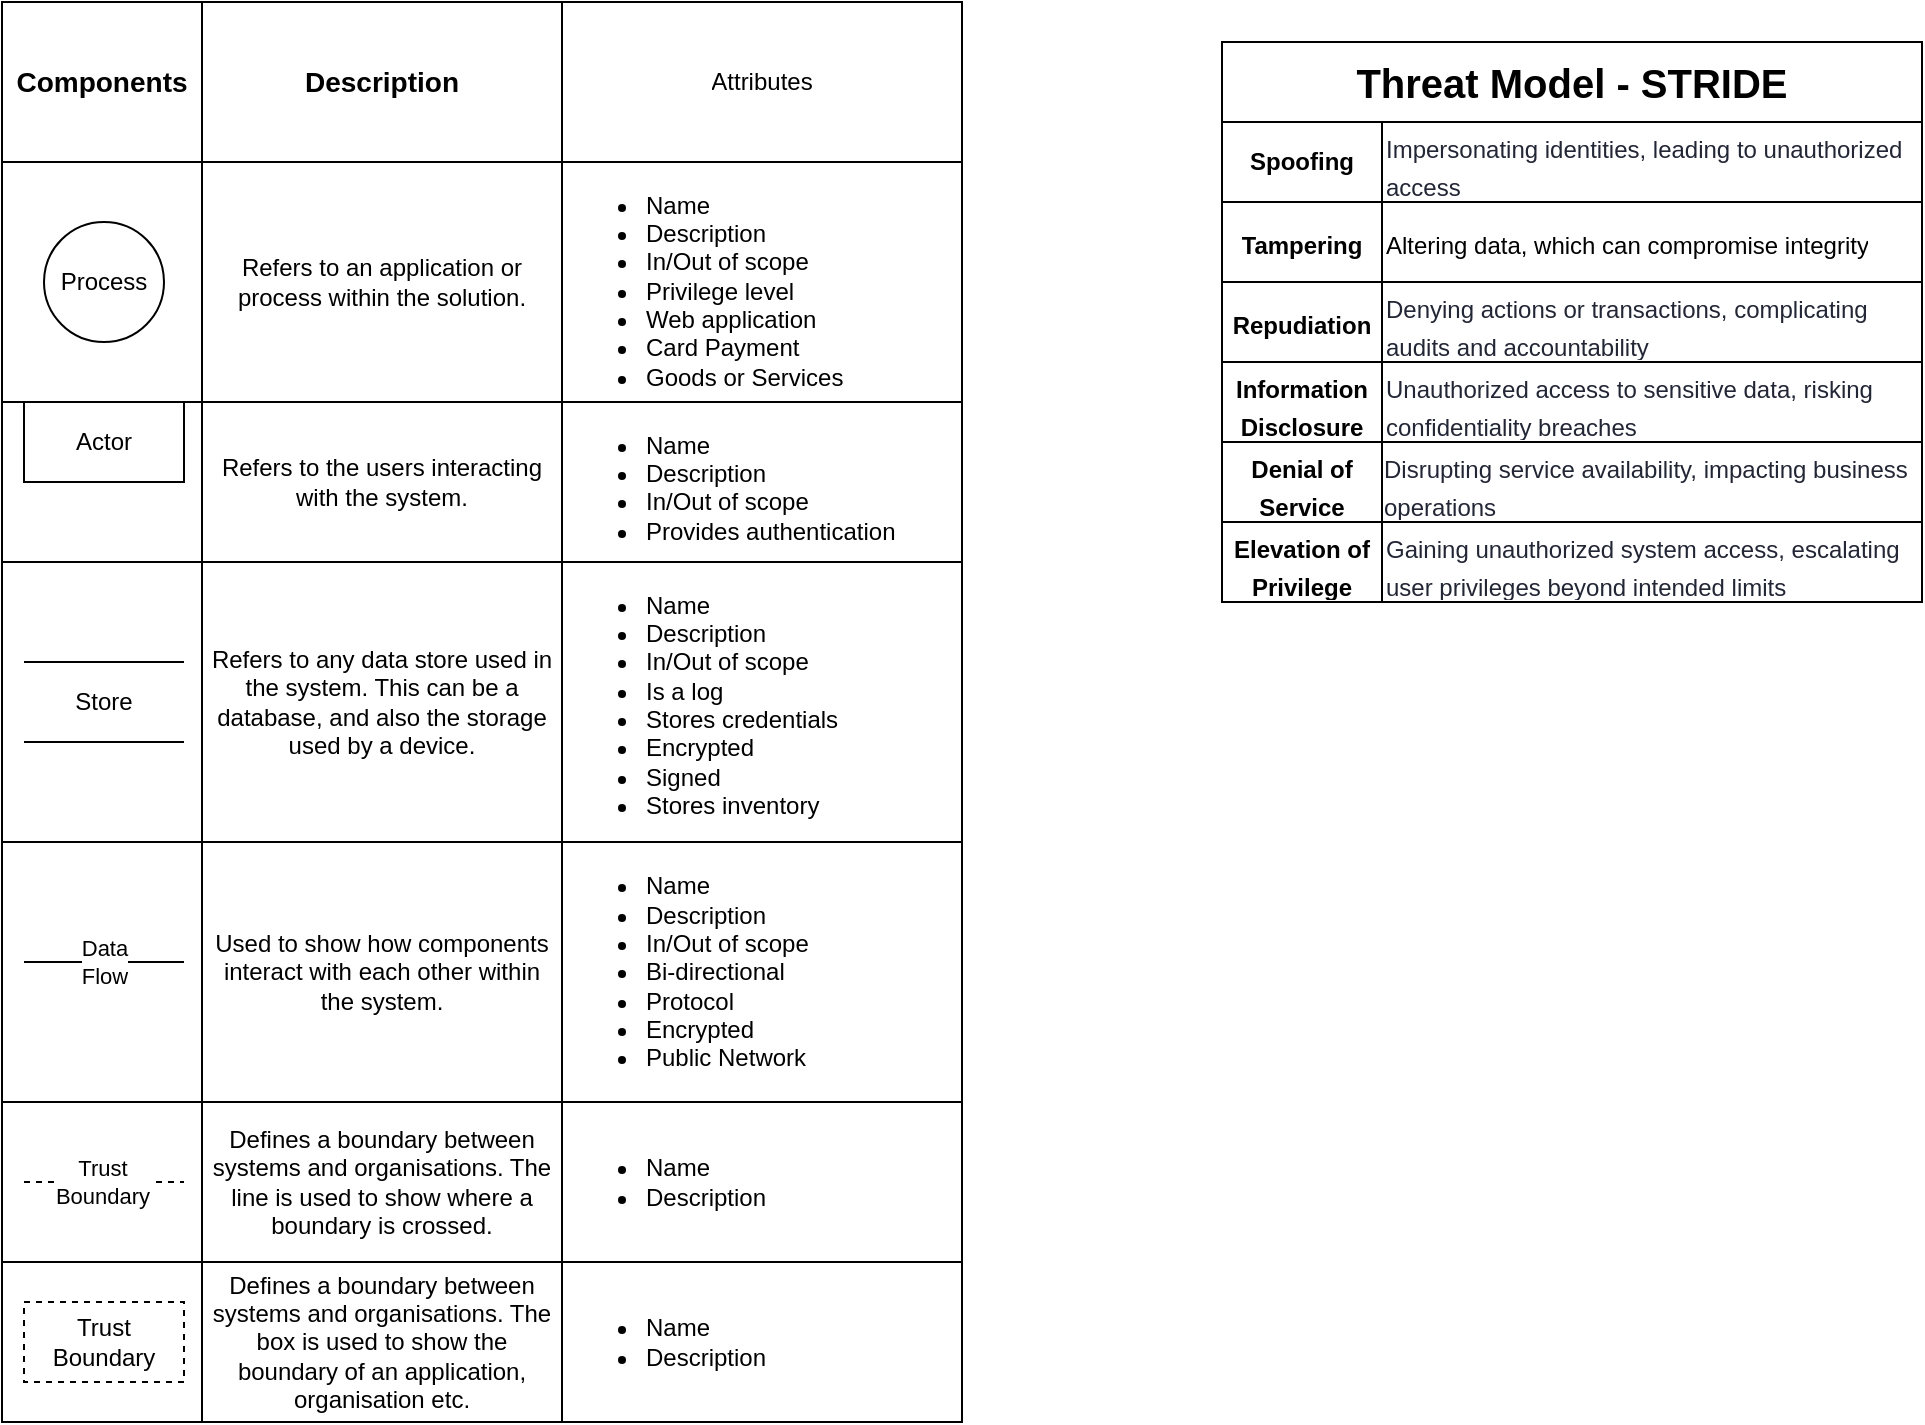
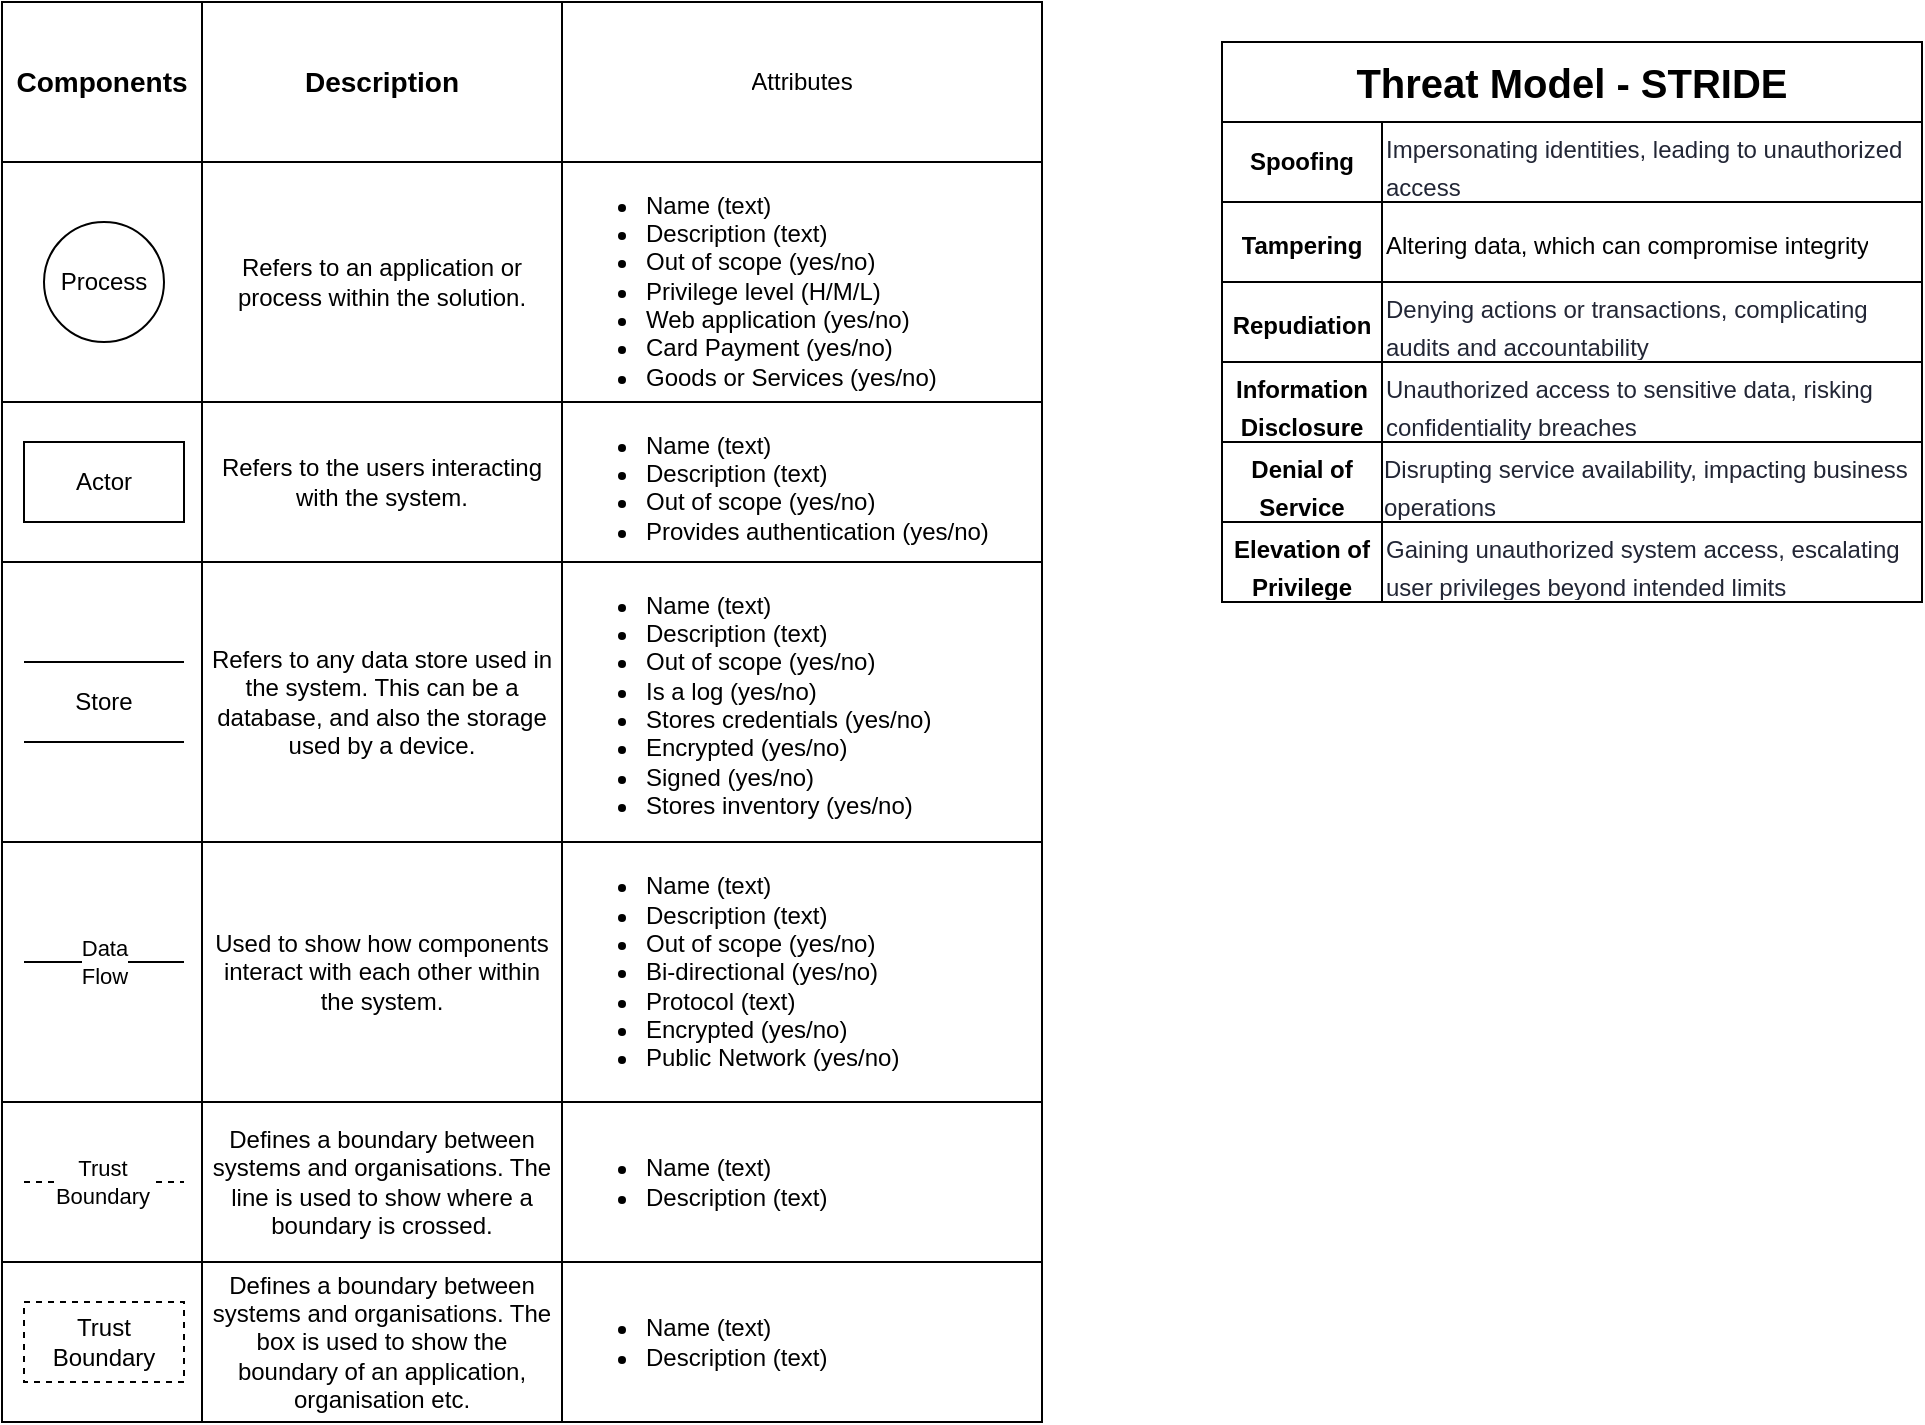
<mxfile host="app.diagrams.net">
  <diagram name="Page-1" id="LUfYaMOZ5GPox6UbmhKn">
    <mxGraphModel dx="1003" dy="679" grid="1" gridSize="10" guides="1" tooltips="1" connect="1" arrows="1" fold="1" page="1" pageScale="1" pageWidth="1169" pageHeight="827" math="0" shadow="0">
      <root>
        <mxCell id="0" />
        <mxCell id="1" parent="0" />
        <mxCell id="i9MEZxg4KkeJskCu2APN-4" parent="1" style="shape=table;startSize=0;container=1;collapsible=0;childLayout=tableLayout;fixedHeader=1;align=left;verticalAlign=top;" value="" vertex="1">
-           <mxGeometry height="710" width="480" x="40" y="20" as="geometry" />
+           <mxGeometry height="710" width="520" x="40" y="20" as="geometry" />
        </mxCell>
        <mxCell id="EMhIjtj1n61WMu614l9y-35" parent="i9MEZxg4KkeJskCu2APN-4" style="shape=tableRow;horizontal=0;startSize=0;swimlaneHead=0;swimlaneBody=0;strokeColor=inherit;top=0;left=0;bottom=0;right=0;collapsible=0;dropTarget=0;fillColor=none;points=[[0,0.5],[1,0.5]];portConstraint=eastwest;fixedHeader=1;" vertex="1">
-           <mxGeometry height="80" width="480" as="geometry" />
+           <mxGeometry height="80" width="520" as="geometry" />
        </mxCell>
        <mxCell id="EMhIjtj1n61WMu614l9y-36" parent="EMhIjtj1n61WMu614l9y-35" style="shape=partialRectangle;html=1;whiteSpace=wrap;connectable=0;strokeColor=inherit;overflow=hidden;fillColor=none;top=0;left=0;bottom=0;right=0;pointerEvents=1;" value="&lt;b&gt;&lt;font style=&quot;font-size: 14px;&quot;&gt;Components&lt;/font&gt;&lt;/b&gt;" vertex="1">
          <mxGeometry height="80" width="100" as="geometry">
            <mxRectangle height="80" width="100" as="alternateBounds" />
          </mxGeometry>
        </mxCell>
        <mxCell id="EMhIjtj1n61WMu614l9y-37" parent="EMhIjtj1n61WMu614l9y-35" style="shape=partialRectangle;html=1;whiteSpace=wrap;connectable=0;strokeColor=inherit;overflow=hidden;fillColor=none;top=0;left=0;bottom=0;right=0;pointerEvents=1;" value="&lt;font style=&quot;font-size: 14px;&quot;&gt;&lt;b&gt;Description&lt;/b&gt;&lt;/font&gt;" vertex="1">
          <mxGeometry height="80" width="180" x="100" as="geometry">
            <mxRectangle height="80" width="180" as="alternateBounds" />
          </mxGeometry>
        </mxCell>
        <mxCell id="EMhIjtj1n61WMu614l9y-38" parent="EMhIjtj1n61WMu614l9y-35" style="shape=partialRectangle;html=1;whiteSpace=wrap;connectable=0;strokeColor=inherit;overflow=hidden;fillColor=none;top=0;left=0;bottom=0;right=0;pointerEvents=1;" value="Attributes" vertex="1">
-           <mxGeometry height="80" width="200" x="280" as="geometry">
-             <mxRectangle height="80" width="200" as="alternateBounds" />
+           <mxGeometry height="80" width="240" x="280" as="geometry">
+             <mxRectangle height="80" width="240" as="alternateBounds" />
          </mxGeometry>
        </mxCell>
        <mxCell id="EMhIjtj1n61WMu614l9y-27" parent="i9MEZxg4KkeJskCu2APN-4" style="shape=tableRow;horizontal=0;startSize=0;swimlaneHead=0;swimlaneBody=0;strokeColor=inherit;top=0;left=0;bottom=0;right=0;collapsible=0;dropTarget=0;fillColor=none;points=[[0,0.5],[1,0.5]];portConstraint=eastwest;fixedHeader=1;" value="" vertex="1">
-           <mxGeometry height="120" width="480" y="80" as="geometry" />
+           <mxGeometry height="120" width="520" y="80" as="geometry" />
        </mxCell>
        <mxCell id="EMhIjtj1n61WMu614l9y-28" parent="EMhIjtj1n61WMu614l9y-27" style="shape=partialRectangle;html=1;whiteSpace=wrap;connectable=0;strokeColor=inherit;overflow=hidden;fillColor=none;top=0;left=0;bottom=0;right=0;pointerEvents=1;" value="" vertex="1">
          <mxGeometry height="120" width="100" as="geometry">
            <mxRectangle height="120" width="100" as="alternateBounds" />
          </mxGeometry>
        </mxCell>
        <mxCell id="EMhIjtj1n61WMu614l9y-29" parent="EMhIjtj1n61WMu614l9y-27" style="shape=partialRectangle;html=1;whiteSpace=wrap;connectable=0;strokeColor=inherit;overflow=hidden;fillColor=none;top=0;left=0;bottom=0;right=0;pointerEvents=1;" value="Refers to an application or process within the solution." vertex="1">
          <mxGeometry height="120" width="180" x="100" as="geometry">
            <mxRectangle height="120" width="180" as="alternateBounds" />
          </mxGeometry>
        </mxCell>
-         <mxCell id="EMhIjtj1n61WMu614l9y-30" parent="EMhIjtj1n61WMu614l9y-27" style="shape=partialRectangle;html=1;whiteSpace=wrap;connectable=0;strokeColor=inherit;overflow=hidden;fillColor=none;top=0;left=0;bottom=0;right=0;pointerEvents=1;align=left;verticalAlign=middle;" value="&lt;ul&gt;&lt;li&gt;&lt;font style=&quot;font-size: 12px;&quot;&gt;Name&lt;br&gt;&lt;/font&gt;&lt;/li&gt;&lt;li&gt;&lt;font style=&quot;font-size: 12px;&quot;&gt;Description&lt;br&gt;&lt;/font&gt;&lt;/li&gt;&lt;li&gt;&lt;font style=&quot;font-size: 12px;&quot;&gt;In/Out of scope&lt;br&gt;&lt;/font&gt;&lt;/li&gt;&lt;li&gt;&lt;font style=&quot;font-size: 12px;&quot;&gt;Privilege level&lt;br&gt;&lt;/font&gt;&lt;/li&gt;&lt;li&gt;&lt;font style=&quot;font-size: 12px;&quot;&gt;Web application&lt;br&gt;&lt;/font&gt;&lt;/li&gt;&lt;li&gt;&lt;font style=&quot;font-size: 12px;&quot;&gt;Card Payment&lt;br&gt;&lt;/font&gt;&lt;/li&gt;&lt;li&gt;&lt;font style=&quot;font-size: 12px;&quot;&gt;Goods or Services&lt;/font&gt;&lt;br&gt;&lt;/li&gt;&lt;/ul&gt;" vertex="1">
-           <mxGeometry height="120" width="200" x="280" as="geometry">
-             <mxRectangle height="120" width="200" as="alternateBounds" />
+         <mxCell id="EMhIjtj1n61WMu614l9y-30" parent="EMhIjtj1n61WMu614l9y-27" style="shape=partialRectangle;html=1;whiteSpace=wrap;connectable=0;strokeColor=inherit;overflow=hidden;fillColor=none;top=0;left=0;bottom=0;right=0;pointerEvents=1;align=left;verticalAlign=middle;" value="&lt;ul&gt;&lt;li&gt;&lt;font style=&quot;font-size: 12px;&quot;&gt;Name (text)&lt;br&gt;&lt;/font&gt;&lt;/li&gt;&lt;li&gt;&lt;font style=&quot;font-size: 12px;&quot;&gt;Description&amp;nbsp;(text)&lt;br&gt;&lt;/font&gt;&lt;/li&gt;&lt;li&gt;&lt;font style=&quot;font-size: 12px;&quot;&gt;Out of scope (yes/no)&lt;br&gt;&lt;/font&gt;&lt;/li&gt;&lt;li&gt;&lt;font style=&quot;font-size: 12px;&quot;&gt;Privilege level (H/M/L)&lt;br&gt;&lt;/font&gt;&lt;/li&gt;&lt;li&gt;&lt;font style=&quot;font-size: 12px;&quot;&gt;Web application (yes/no)&lt;br&gt;&lt;/font&gt;&lt;/li&gt;&lt;li&gt;&lt;font style=&quot;font-size: 12px;&quot;&gt;Card Payment (yes/no)&lt;br&gt;&lt;/font&gt;&lt;/li&gt;&lt;li&gt;&lt;font style=&quot;font-size: 12px;&quot;&gt;Goods or Services (yes/no)&lt;/font&gt;&lt;br&gt;&lt;/li&gt;&lt;/ul&gt;" vertex="1">
+           <mxGeometry height="120" width="240" x="280" as="geometry">
+             <mxRectangle height="120" width="240" as="alternateBounds" />
          </mxGeometry>
        </mxCell>
        <mxCell id="i9MEZxg4KkeJskCu2APN-5" parent="i9MEZxg4KkeJskCu2APN-4" style="shape=tableRow;horizontal=0;startSize=0;swimlaneHead=0;swimlaneBody=0;strokeColor=inherit;top=0;left=0;bottom=0;right=0;collapsible=0;dropTarget=0;fillColor=none;points=[[0,0.5],[1,0.5]];portConstraint=eastwest;fixedHeader=1;" value="" vertex="1">
-           <mxGeometry height="80" width="480" y="200" as="geometry" />
+           <mxGeometry height="80" width="520" y="200" as="geometry" />
        </mxCell>
        <mxCell id="i9MEZxg4KkeJskCu2APN-6" parent="i9MEZxg4KkeJskCu2APN-5" style="shape=partialRectangle;html=1;whiteSpace=wrap;connectable=0;strokeColor=inherit;overflow=hidden;fillColor=none;top=0;left=0;bottom=0;right=0;pointerEvents=1;" value="" vertex="1">
          <mxGeometry height="80" width="100" as="geometry">
            <mxRectangle height="80" width="100" as="alternateBounds" />
          </mxGeometry>
        </mxCell>
        <mxCell id="i9MEZxg4KkeJskCu2APN-7" parent="i9MEZxg4KkeJskCu2APN-5" style="shape=partialRectangle;html=1;whiteSpace=wrap;connectable=0;strokeColor=inherit;overflow=hidden;fillColor=none;top=0;left=0;bottom=0;right=0;pointerEvents=1;" value="Refers to the users interacting with the system." vertex="1">
          <mxGeometry height="80" width="180" x="100" as="geometry">
            <mxRectangle height="80" width="180" as="alternateBounds" />
          </mxGeometry>
        </mxCell>
-         <mxCell id="EMhIjtj1n61WMu614l9y-5" parent="i9MEZxg4KkeJskCu2APN-5" style="shape=partialRectangle;html=1;whiteSpace=wrap;connectable=0;strokeColor=inherit;overflow=hidden;fillColor=none;top=0;left=0;bottom=0;right=0;pointerEvents=1;align=left;" value="&lt;ul&gt;&lt;li&gt;Name&lt;br&gt;&lt;/li&gt;&lt;li&gt;Description&lt;/li&gt;&lt;li&gt;In/Out of scope&lt;/li&gt;&lt;li&gt;Provides authentication&lt;/li&gt;&lt;/ul&gt;" vertex="1">
-           <mxGeometry height="80" width="200" x="280" as="geometry">
-             <mxRectangle height="80" width="200" as="alternateBounds" />
+         <mxCell id="EMhIjtj1n61WMu614l9y-5" parent="i9MEZxg4KkeJskCu2APN-5" style="shape=partialRectangle;html=1;whiteSpace=wrap;connectable=0;strokeColor=inherit;overflow=hidden;fillColor=none;top=0;left=0;bottom=0;right=0;pointerEvents=1;align=left;" value="&lt;ul&gt;&lt;li&gt;Name&amp;nbsp;(text)&lt;br&gt;&lt;/li&gt;&lt;li&gt;Description&amp;nbsp;(text)&lt;/li&gt;&lt;li&gt;Out of scope (yes/no)&lt;/li&gt;&lt;li&gt;Provides authentication (yes/no)&lt;/li&gt;&lt;/ul&gt;" vertex="1">
+           <mxGeometry height="80" width="240" x="280" as="geometry">
+             <mxRectangle height="80" width="240" as="alternateBounds" />
          </mxGeometry>
        </mxCell>
        <mxCell id="i9MEZxg4KkeJskCu2APN-8" parent="i9MEZxg4KkeJskCu2APN-4" style="shape=tableRow;horizontal=0;startSize=0;swimlaneHead=0;swimlaneBody=0;strokeColor=inherit;top=0;left=0;bottom=0;right=0;collapsible=0;dropTarget=0;fillColor=none;points=[[0,0.5],[1,0.5]];portConstraint=eastwest;fixedHeader=1;" value="" vertex="1">
-           <mxGeometry height="140" width="480" y="280" as="geometry" />
+           <mxGeometry height="140" width="520" y="280" as="geometry" />
        </mxCell>
        <mxCell id="i9MEZxg4KkeJskCu2APN-9" parent="i9MEZxg4KkeJskCu2APN-8" style="shape=partialRectangle;html=1;whiteSpace=wrap;connectable=0;strokeColor=inherit;overflow=hidden;fillColor=none;top=0;left=0;bottom=0;right=0;pointerEvents=1;" value="" vertex="1">
          <mxGeometry height="140" width="100" as="geometry">
            <mxRectangle height="140" width="100" as="alternateBounds" />
          </mxGeometry>
        </mxCell>
        <mxCell id="i9MEZxg4KkeJskCu2APN-10" parent="i9MEZxg4KkeJskCu2APN-8" style="shape=partialRectangle;html=1;whiteSpace=wrap;connectable=0;strokeColor=inherit;overflow=hidden;fillColor=none;top=0;left=0;bottom=0;right=0;pointerEvents=1;" value="Refers to any data store used in the system. This can be a database, and also the storage used by a device." vertex="1">
          <mxGeometry height="140" width="180" x="100" as="geometry">
            <mxRectangle height="140" width="180" as="alternateBounds" />
          </mxGeometry>
        </mxCell>
-         <mxCell id="EMhIjtj1n61WMu614l9y-6" parent="i9MEZxg4KkeJskCu2APN-8" style="shape=partialRectangle;html=1;whiteSpace=wrap;connectable=0;strokeColor=inherit;overflow=hidden;fillColor=none;top=0;left=0;bottom=0;right=0;pointerEvents=1;align=left;" value="&lt;ul&gt;&lt;li&gt;Name&lt;/li&gt;&lt;li&gt;Description&lt;/li&gt;&lt;li&gt;In/Out of scope&lt;/li&gt;&lt;li&gt;Is a log&lt;/li&gt;&lt;li&gt;Stores credentials&lt;/li&gt;&lt;li&gt;Encrypted&lt;/li&gt;&lt;li&gt;Signed&lt;/li&gt;&lt;li&gt;Stores inventory&lt;/li&gt;&lt;/ul&gt;" vertex="1">
-           <mxGeometry height="140" width="200" x="280" as="geometry">
-             <mxRectangle height="140" width="200" as="alternateBounds" />
+         <mxCell id="EMhIjtj1n61WMu614l9y-6" parent="i9MEZxg4KkeJskCu2APN-8" style="shape=partialRectangle;html=1;whiteSpace=wrap;connectable=0;strokeColor=inherit;overflow=hidden;fillColor=none;top=0;left=0;bottom=0;right=0;pointerEvents=1;align=left;" value="&lt;ul&gt;&lt;li&gt;Name&amp;nbsp;(text)&lt;/li&gt;&lt;li&gt;Description&amp;nbsp;(text)&lt;/li&gt;&lt;li&gt;Out of scope (yes/no)&lt;/li&gt;&lt;li&gt;Is a log&amp;nbsp;(yes/no)&lt;/li&gt;&lt;li&gt;Stores credentials&amp;nbsp;(yes/no)&lt;/li&gt;&lt;li&gt;Encrypted&amp;nbsp;(yes/no)&lt;/li&gt;&lt;li&gt;Signed&amp;nbsp;(yes/no)&lt;/li&gt;&lt;li&gt;Stores inventory&amp;nbsp;(yes/no)&lt;/li&gt;&lt;/ul&gt;" vertex="1">
+           <mxGeometry height="140" width="240" x="280" as="geometry">
+             <mxRectangle height="140" width="240" as="alternateBounds" />
          </mxGeometry>
        </mxCell>
        <mxCell id="i9MEZxg4KkeJskCu2APN-11" parent="i9MEZxg4KkeJskCu2APN-4" style="shape=tableRow;horizontal=0;startSize=0;swimlaneHead=0;swimlaneBody=0;strokeColor=inherit;top=0;left=0;bottom=0;right=0;collapsible=0;dropTarget=0;fillColor=none;points=[[0,0.5],[1,0.5]];portConstraint=eastwest;fixedHeader=1;" value="" vertex="1">
-           <mxGeometry height="130" width="480" y="420" as="geometry" />
+           <mxGeometry height="130" width="520" y="420" as="geometry" />
        </mxCell>
        <mxCell id="i9MEZxg4KkeJskCu2APN-12" parent="i9MEZxg4KkeJskCu2APN-11" style="shape=partialRectangle;html=1;whiteSpace=wrap;connectable=0;strokeColor=inherit;overflow=hidden;fillColor=none;top=0;left=0;bottom=0;right=0;pointerEvents=1;" value="" vertex="1">
          <mxGeometry height="130" width="100" as="geometry">
            <mxRectangle height="130" width="100" as="alternateBounds" />
          </mxGeometry>
        </mxCell>
        <mxCell id="i9MEZxg4KkeJskCu2APN-13" parent="i9MEZxg4KkeJskCu2APN-11" style="shape=partialRectangle;html=1;whiteSpace=wrap;connectable=0;strokeColor=inherit;overflow=hidden;fillColor=none;top=0;left=0;bottom=0;right=0;pointerEvents=1;" value="Used to show how components interact with each other within the system." vertex="1">
          <mxGeometry height="130" width="180" x="100" as="geometry">
            <mxRectangle height="130" width="180" as="alternateBounds" />
          </mxGeometry>
        </mxCell>
-         <mxCell id="EMhIjtj1n61WMu614l9y-7" parent="i9MEZxg4KkeJskCu2APN-11" style="shape=partialRectangle;html=1;whiteSpace=wrap;connectable=0;strokeColor=inherit;overflow=hidden;fillColor=none;top=0;left=0;bottom=0;right=0;pointerEvents=1;align=left;" value="&lt;ul&gt;&lt;li&gt;Name&lt;/li&gt;&lt;li&gt;Description&lt;/li&gt;&lt;li&gt;In/Out of scope&lt;/li&gt;&lt;li&gt;Bi-directional&lt;/li&gt;&lt;li&gt;Protocol&lt;/li&gt;&lt;li&gt;Encrypted&lt;/li&gt;&lt;li&gt;Public Network&lt;/li&gt;&lt;/ul&gt;" vertex="1">
-           <mxGeometry height="130" width="200" x="280" as="geometry">
-             <mxRectangle height="130" width="200" as="alternateBounds" />
+         <mxCell id="EMhIjtj1n61WMu614l9y-7" parent="i9MEZxg4KkeJskCu2APN-11" style="shape=partialRectangle;html=1;whiteSpace=wrap;connectable=0;strokeColor=inherit;overflow=hidden;fillColor=none;top=0;left=0;bottom=0;right=0;pointerEvents=1;align=left;" value="&lt;ul&gt;&lt;li&gt;Name&amp;nbsp;(text)&lt;/li&gt;&lt;li&gt;Description&amp;nbsp;(text)&lt;/li&gt;&lt;li&gt;Out of scope&amp;nbsp;(yes/no)&lt;/li&gt;&lt;li&gt;Bi-directional&amp;nbsp;(yes/no)&lt;/li&gt;&lt;li&gt;Protocol&amp;nbsp;(text)&lt;/li&gt;&lt;li&gt;Encrypted&amp;nbsp;(yes/no)&lt;/li&gt;&lt;li&gt;Public Network&amp;nbsp;(yes/no)&lt;/li&gt;&lt;/ul&gt;" vertex="1">
+           <mxGeometry height="130" width="240" x="280" as="geometry">
+             <mxRectangle height="130" width="240" as="alternateBounds" />
          </mxGeometry>
        </mxCell>
        <mxCell id="i9MEZxg4KkeJskCu2APN-14" parent="i9MEZxg4KkeJskCu2APN-4" style="shape=tableRow;horizontal=0;startSize=0;swimlaneHead=0;swimlaneBody=0;strokeColor=inherit;top=0;left=0;bottom=0;right=0;collapsible=0;dropTarget=0;fillColor=none;points=[[0,0.5],[1,0.5]];portConstraint=eastwest;fixedHeader=1;" value="" vertex="1">
-           <mxGeometry height="80" width="480" y="550" as="geometry" />
+           <mxGeometry height="80" width="520" y="550" as="geometry" />
        </mxCell>
        <mxCell id="i9MEZxg4KkeJskCu2APN-15" parent="i9MEZxg4KkeJskCu2APN-14" style="shape=partialRectangle;html=1;whiteSpace=wrap;connectable=0;strokeColor=inherit;overflow=hidden;fillColor=none;top=0;left=0;bottom=0;right=0;pointerEvents=1;" value="" vertex="1">
          <mxGeometry height="80" width="100" as="geometry">
            <mxRectangle height="80" width="100" as="alternateBounds" />
          </mxGeometry>
        </mxCell>
        <mxCell id="i9MEZxg4KkeJskCu2APN-16" parent="i9MEZxg4KkeJskCu2APN-14" style="shape=partialRectangle;html=1;whiteSpace=wrap;connectable=0;strokeColor=inherit;overflow=hidden;fillColor=none;top=0;left=0;bottom=0;right=0;pointerEvents=1;" value="Defines a boundary between systems and organisations. The line is used to show where a boundary is crossed." vertex="1">
          <mxGeometry height="80" width="180" x="100" as="geometry">
            <mxRectangle height="80" width="180" as="alternateBounds" />
          </mxGeometry>
        </mxCell>
-         <mxCell id="EMhIjtj1n61WMu614l9y-8" parent="i9MEZxg4KkeJskCu2APN-14" style="shape=partialRectangle;html=1;whiteSpace=wrap;connectable=0;strokeColor=inherit;overflow=hidden;fillColor=none;top=0;left=0;bottom=0;right=0;pointerEvents=1;align=left;" value="&lt;ul&gt;&lt;li&gt;Name&lt;br&gt;&lt;/li&gt;&lt;li&gt;Description&lt;br&gt;&lt;/li&gt;&lt;/ul&gt;" vertex="1">
-           <mxGeometry height="80" width="200" x="280" as="geometry">
-             <mxRectangle height="80" width="200" as="alternateBounds" />
+         <mxCell id="EMhIjtj1n61WMu614l9y-8" parent="i9MEZxg4KkeJskCu2APN-14" style="shape=partialRectangle;html=1;whiteSpace=wrap;connectable=0;strokeColor=inherit;overflow=hidden;fillColor=none;top=0;left=0;bottom=0;right=0;pointerEvents=1;align=left;" value="&lt;ul&gt;&lt;li&gt;Name&amp;nbsp;(text)&lt;br&gt;&lt;/li&gt;&lt;li&gt;Description&amp;nbsp;(text)&lt;br&gt;&lt;/li&gt;&lt;/ul&gt;" vertex="1">
+           <mxGeometry height="80" width="240" x="280" as="geometry">
+             <mxRectangle height="80" width="240" as="alternateBounds" />
          </mxGeometry>
        </mxCell>
        <mxCell id="i9MEZxg4KkeJskCu2APN-17" parent="i9MEZxg4KkeJskCu2APN-4" style="shape=tableRow;horizontal=0;startSize=0;swimlaneHead=0;swimlaneBody=0;strokeColor=inherit;top=0;left=0;bottom=0;right=0;collapsible=0;dropTarget=0;fillColor=none;points=[[0,0.5],[1,0.5]];portConstraint=eastwest;fixedHeader=1;" value="" vertex="1">
-           <mxGeometry height="80" width="480" y="630" as="geometry" />
+           <mxGeometry height="80" width="520" y="630" as="geometry" />
        </mxCell>
        <mxCell id="i9MEZxg4KkeJskCu2APN-18" parent="i9MEZxg4KkeJskCu2APN-17" style="shape=partialRectangle;html=1;whiteSpace=wrap;connectable=0;strokeColor=inherit;overflow=hidden;fillColor=none;top=0;left=0;bottom=0;right=0;pointerEvents=1;" value="" vertex="1">
          <mxGeometry height="80" width="100" as="geometry">
            <mxRectangle height="80" width="100" as="alternateBounds" />
          </mxGeometry>
        </mxCell>
        <mxCell id="i9MEZxg4KkeJskCu2APN-19" parent="i9MEZxg4KkeJskCu2APN-17" style="shape=partialRectangle;html=1;whiteSpace=wrap;connectable=0;strokeColor=inherit;overflow=hidden;fillColor=none;top=0;left=0;bottom=0;right=0;pointerEvents=1;" value="Defines a boundary between systems and organisations. The box is used to show the boundary of an application, organisation etc." vertex="1">
          <mxGeometry height="80" width="180" x="100" as="geometry">
            <mxRectangle height="80" width="180" as="alternateBounds" />
          </mxGeometry>
        </mxCell>
-         <mxCell id="EMhIjtj1n61WMu614l9y-9" parent="i9MEZxg4KkeJskCu2APN-17" style="shape=partialRectangle;html=1;whiteSpace=wrap;connectable=0;strokeColor=inherit;overflow=hidden;fillColor=none;top=0;left=0;bottom=0;right=0;pointerEvents=1;align=left;" value="&lt;div&gt;&lt;ul&gt;&lt;li&gt;Name&lt;br&gt;&lt;/li&gt;&lt;li&gt;Description&lt;br&gt;&lt;/li&gt;&lt;/ul&gt;&lt;/div&gt;" vertex="1">
-           <mxGeometry height="80" width="200" x="280" as="geometry">
-             <mxRectangle height="80" width="200" as="alternateBounds" />
+         <mxCell id="EMhIjtj1n61WMu614l9y-9" parent="i9MEZxg4KkeJskCu2APN-17" style="shape=partialRectangle;html=1;whiteSpace=wrap;connectable=0;strokeColor=inherit;overflow=hidden;fillColor=none;top=0;left=0;bottom=0;right=0;pointerEvents=1;align=left;" value="&lt;div&gt;&lt;ul&gt;&lt;li&gt;Name&amp;nbsp;(text)&lt;br&gt;&lt;/li&gt;&lt;li&gt;Description&amp;nbsp;(text)&lt;br&gt;&lt;/li&gt;&lt;/ul&gt;&lt;/div&gt;" vertex="1">
+           <mxGeometry height="80" width="240" x="280" as="geometry">
+             <mxRectangle height="80" width="240" as="alternateBounds" />
          </mxGeometry>
        </mxCell>
        <mxCell id="M_fBX4zBRpyhF5hZAxOK-1" parent="1" style="ellipse;whiteSpace=wrap;html=1;direction=west;" value="Process" vertex="1">
          <mxGeometry height="60" width="60" x="61" y="130" as="geometry" />
        </mxCell>
        <mxCell id="M_fBX4zBRpyhF5hZAxOK-2" parent="1" style="rounded=0;whiteSpace=wrap;html=1;" value="Actor" vertex="1">
-           <mxGeometry height="40" width="80" x="51" y="220" as="geometry" />
+           <mxGeometry height="40" width="80" x="51" y="240" as="geometry" />
        </mxCell>
        <mxCell id="M_fBX4zBRpyhF5hZAxOK-11" parent="1" style="shape=table;startSize=0;container=1;collapsible=0;childLayout=tableLayout;fontSize=12;" value="" vertex="1">
          <mxGeometry height="280" width="350" x="650" y="40" as="geometry" />
        </mxCell>
        <mxCell id="i9MEZxg4KkeJskCu2APN-1" parent="M_fBX4zBRpyhF5hZAxOK-11" style="shape=tableRow;horizontal=0;startSize=0;swimlaneHead=0;swimlaneBody=0;strokeColor=inherit;top=0;left=0;bottom=0;right=0;collapsible=0;dropTarget=0;fillColor=none;points=[[0,0.5],[1,0.5]];portConstraint=eastwest;fontSize=16;" vertex="1">
          <mxGeometry height="40" width="350" as="geometry" />
        </mxCell>
        <mxCell id="i9MEZxg4KkeJskCu2APN-2" parent="i9MEZxg4KkeJskCu2APN-1" style="shape=partialRectangle;html=1;whiteSpace=wrap;connectable=0;strokeColor=inherit;overflow=hidden;fillColor=none;top=0;left=0;bottom=0;right=0;pointerEvents=1;fontSize=12;rowspan=1;colspan=2;" value="&lt;b&gt;&lt;font style=&quot;font-size: 20px;&quot;&gt;Threat Model - STRIDE&lt;/font&gt;&lt;/b&gt;" vertex="1">
          <mxGeometry height="40" width="350" as="geometry">
            <mxRectangle height="40" width="80" as="alternateBounds" />
          </mxGeometry>
        </mxCell>
        <mxCell id="i9MEZxg4KkeJskCu2APN-3" parent="i9MEZxg4KkeJskCu2APN-1" style="shape=partialRectangle;html=1;whiteSpace=wrap;connectable=0;strokeColor=inherit;overflow=hidden;fillColor=none;top=0;left=0;bottom=0;right=0;pointerEvents=1;fontSize=16;align=left;" vertex="1" visible="0">
          <mxGeometry height="40" width="270" x="80" as="geometry">
            <mxRectangle height="40" width="270" as="alternateBounds" />
          </mxGeometry>
        </mxCell>
        <mxCell id="M_fBX4zBRpyhF5hZAxOK-12" parent="M_fBX4zBRpyhF5hZAxOK-11" style="shape=tableRow;horizontal=0;startSize=0;swimlaneHead=0;swimlaneBody=0;strokeColor=inherit;top=0;left=0;bottom=0;right=0;collapsible=0;dropTarget=0;fillColor=none;points=[[0,0.5],[1,0.5]];portConstraint=eastwest;fontSize=16;" value="" vertex="1">
          <mxGeometry height="40" width="350" y="40" as="geometry" />
        </mxCell>
        <mxCell id="M_fBX4zBRpyhF5hZAxOK-13" parent="M_fBX4zBRpyhF5hZAxOK-12" style="shape=partialRectangle;html=1;whiteSpace=wrap;connectable=0;strokeColor=inherit;overflow=hidden;fillColor=none;top=0;left=0;bottom=0;right=0;pointerEvents=1;fontSize=12;" value="&lt;font&gt;&lt;b&gt;Spoofing&lt;/b&gt;&lt;/font&gt;" vertex="1">
          <mxGeometry height="40" width="80" as="geometry">
            <mxRectangle height="40" width="80" as="alternateBounds" />
          </mxGeometry>
        </mxCell>
        <mxCell id="M_fBX4zBRpyhF5hZAxOK-14" parent="M_fBX4zBRpyhF5hZAxOK-12" style="shape=partialRectangle;html=1;whiteSpace=wrap;connectable=0;strokeColor=inherit;overflow=hidden;fillColor=none;top=0;left=0;bottom=0;right=0;pointerEvents=1;fontSize=16;align=left;" value="&lt;span style=&quot;caret-color: rgb(34, 38, 53); color: rgb(34, 38, 53);&quot;&gt;&lt;font style=&quot;font-size: 12px;&quot;&gt;Impersonating identities, leading to unauthorized access&lt;/font&gt;&lt;/span&gt;" vertex="1">
          <mxGeometry height="40" width="270" x="80" as="geometry">
            <mxRectangle height="40" width="270" as="alternateBounds" />
          </mxGeometry>
        </mxCell>
        <mxCell id="M_fBX4zBRpyhF5hZAxOK-16" parent="M_fBX4zBRpyhF5hZAxOK-11" style="shape=tableRow;horizontal=0;startSize=0;swimlaneHead=0;swimlaneBody=0;strokeColor=inherit;top=0;left=0;bottom=0;right=0;collapsible=0;dropTarget=0;fillColor=none;points=[[0,0.5],[1,0.5]];portConstraint=eastwest;fontSize=16;" value="" vertex="1">
          <mxGeometry height="40" width="350" y="80" as="geometry" />
        </mxCell>
        <mxCell id="M_fBX4zBRpyhF5hZAxOK-17" parent="M_fBX4zBRpyhF5hZAxOK-16" style="shape=partialRectangle;html=1;whiteSpace=wrap;connectable=0;strokeColor=inherit;overflow=hidden;fillColor=none;top=0;left=0;bottom=0;right=0;pointerEvents=1;fontSize=16;" value="&lt;font style=&quot;font-size: 12px;&quot;&gt;&lt;b&gt;Tampering&lt;/b&gt;&lt;/font&gt;" vertex="1">
          <mxGeometry height="40" width="80" as="geometry">
            <mxRectangle height="40" width="80" as="alternateBounds" />
          </mxGeometry>
        </mxCell>
        <mxCell id="M_fBX4zBRpyhF5hZAxOK-18" parent="M_fBX4zBRpyhF5hZAxOK-16" style="shape=partialRectangle;html=1;whiteSpace=wrap;connectable=0;strokeColor=inherit;overflow=hidden;fillColor=none;top=0;left=0;bottom=0;right=0;pointerEvents=1;fontSize=16;align=left;" value="&lt;font style=&quot;font-size: 12px;&quot;&gt;Altering data, which can compromise integrity&lt;/font&gt;" vertex="1">
          <mxGeometry height="40" width="270" x="80" as="geometry">
            <mxRectangle height="40" width="270" as="alternateBounds" />
          </mxGeometry>
        </mxCell>
        <mxCell id="M_fBX4zBRpyhF5hZAxOK-20" parent="M_fBX4zBRpyhF5hZAxOK-11" style="shape=tableRow;horizontal=0;startSize=0;swimlaneHead=0;swimlaneBody=0;strokeColor=inherit;top=0;left=0;bottom=0;right=0;collapsible=0;dropTarget=0;fillColor=none;points=[[0,0.5],[1,0.5]];portConstraint=eastwest;fontSize=16;" value="" vertex="1">
          <mxGeometry height="40" width="350" y="120" as="geometry" />
        </mxCell>
        <mxCell id="M_fBX4zBRpyhF5hZAxOK-21" parent="M_fBX4zBRpyhF5hZAxOK-20" style="shape=partialRectangle;html=1;whiteSpace=wrap;connectable=0;strokeColor=inherit;overflow=hidden;fillColor=none;top=0;left=0;bottom=0;right=0;pointerEvents=1;fontSize=16;" value="&lt;font style=&quot;font-size: 12px;&quot;&gt;&lt;b&gt;Repudiation&lt;/b&gt;&lt;/font&gt;" vertex="1">
          <mxGeometry height="40" width="80" as="geometry">
            <mxRectangle height="40" width="80" as="alternateBounds" />
          </mxGeometry>
        </mxCell>
        <mxCell id="M_fBX4zBRpyhF5hZAxOK-22" parent="M_fBX4zBRpyhF5hZAxOK-20" style="shape=partialRectangle;html=1;whiteSpace=wrap;connectable=0;strokeColor=inherit;overflow=hidden;fillColor=none;top=0;left=0;bottom=0;right=0;pointerEvents=1;fontSize=16;align=left;" value="&lt;span style=&quot;caret-color: rgb(34, 38, 53); color: rgb(34, 38, 53);&quot;&gt;&lt;font style=&quot;font-size: 12px;&quot;&gt;Denying actions or transactions, complicating audits and accountability&lt;/font&gt;&lt;/span&gt;" vertex="1">
          <mxGeometry height="40" width="270" x="80" as="geometry">
            <mxRectangle height="40" width="270" as="alternateBounds" />
          </mxGeometry>
        </mxCell>
        <mxCell id="M_fBX4zBRpyhF5hZAxOK-25" parent="M_fBX4zBRpyhF5hZAxOK-11" style="shape=tableRow;horizontal=0;startSize=0;swimlaneHead=0;swimlaneBody=0;strokeColor=inherit;top=0;left=0;bottom=0;right=0;collapsible=0;dropTarget=0;fillColor=none;points=[[0,0.5],[1,0.5]];portConstraint=eastwest;fontSize=16;" value="" vertex="1">
          <mxGeometry height="40" width="350" y="160" as="geometry" />
        </mxCell>
        <mxCell id="M_fBX4zBRpyhF5hZAxOK-26" parent="M_fBX4zBRpyhF5hZAxOK-25" style="shape=partialRectangle;html=1;whiteSpace=wrap;connectable=0;strokeColor=inherit;overflow=hidden;fillColor=none;top=0;left=0;bottom=0;right=0;pointerEvents=1;fontSize=16;" value="&lt;font style=&quot;font-size: 12px;&quot;&gt;&lt;b&gt;Information Disclosure&lt;/b&gt;&lt;/font&gt;" vertex="1">
          <mxGeometry height="40" width="80" as="geometry">
            <mxRectangle height="40" width="80" as="alternateBounds" />
          </mxGeometry>
        </mxCell>
        <mxCell id="M_fBX4zBRpyhF5hZAxOK-27" parent="M_fBX4zBRpyhF5hZAxOK-25" style="shape=partialRectangle;html=1;whiteSpace=wrap;connectable=0;strokeColor=inherit;overflow=hidden;fillColor=none;top=0;left=0;bottom=0;right=0;pointerEvents=1;fontSize=16;align=left;" value="&lt;span style=&quot;caret-color: rgb(34, 38, 53); color: rgb(34, 38, 53);&quot;&gt;&lt;font style=&quot;font-size: 12px;&quot;&gt;Unauthorized access to sensitive data, risking confidentiality breaches&lt;/font&gt;&lt;/span&gt;" vertex="1">
          <mxGeometry height="40" width="270" x="80" as="geometry">
            <mxRectangle height="40" width="270" as="alternateBounds" />
          </mxGeometry>
        </mxCell>
        <mxCell id="M_fBX4zBRpyhF5hZAxOK-29" parent="M_fBX4zBRpyhF5hZAxOK-11" style="shape=tableRow;horizontal=0;startSize=0;swimlaneHead=0;swimlaneBody=0;strokeColor=inherit;top=0;left=0;bottom=0;right=0;collapsible=0;dropTarget=0;fillColor=none;points=[[0,0.5],[1,0.5]];portConstraint=eastwest;fontSize=16;" value="" vertex="1">
          <mxGeometry height="40" width="350" y="200" as="geometry" />
        </mxCell>
        <mxCell id="M_fBX4zBRpyhF5hZAxOK-30" parent="M_fBX4zBRpyhF5hZAxOK-29" style="shape=partialRectangle;html=1;whiteSpace=wrap;connectable=0;strokeColor=inherit;overflow=hidden;fillColor=none;top=0;left=0;bottom=0;right=0;pointerEvents=1;fontSize=16;" value="&lt;font style=&quot;font-size: 12px;&quot;&gt;&lt;b&gt;Denial of Service&lt;/b&gt;&lt;/font&gt;" vertex="1">
          <mxGeometry height="40" width="80" as="geometry">
            <mxRectangle height="40" width="80" as="alternateBounds" />
          </mxGeometry>
        </mxCell>
        <mxCell id="M_fBX4zBRpyhF5hZAxOK-31" parent="M_fBX4zBRpyhF5hZAxOK-29" style="shape=partialRectangle;html=1;whiteSpace=wrap;connectable=0;strokeColor=inherit;overflow=hidden;fillColor=none;top=0;left=0;bottom=0;right=0;pointerEvents=1;fontSize=16;" value="&lt;div style=&quot;text-align: left;&quot;&gt;&lt;span style=&quot;caret-color: rgb(34, 38, 53); color: rgb(34, 38, 53); font-size: 12px;&quot;&gt;Disrupting service availability, impacting business operations&lt;/span&gt;&lt;/div&gt;" vertex="1">
          <mxGeometry height="40" width="270" x="80" as="geometry">
            <mxRectangle height="40" width="270" as="alternateBounds" />
          </mxGeometry>
        </mxCell>
        <mxCell id="M_fBX4zBRpyhF5hZAxOK-33" parent="M_fBX4zBRpyhF5hZAxOK-11" style="shape=tableRow;horizontal=0;startSize=0;swimlaneHead=0;swimlaneBody=0;strokeColor=inherit;top=0;left=0;bottom=0;right=0;collapsible=0;dropTarget=0;fillColor=none;points=[[0,0.5],[1,0.5]];portConstraint=eastwest;fontSize=16;" value="" vertex="1">
          <mxGeometry height="40" width="350" y="240" as="geometry" />
        </mxCell>
        <mxCell id="M_fBX4zBRpyhF5hZAxOK-34" parent="M_fBX4zBRpyhF5hZAxOK-33" style="shape=partialRectangle;html=1;whiteSpace=wrap;connectable=0;strokeColor=inherit;overflow=hidden;fillColor=none;top=0;left=0;bottom=0;right=0;pointerEvents=1;fontSize=16;" value="&lt;font style=&quot;font-size: 12px;&quot;&gt;&lt;b&gt;Elevation of Privilege&lt;/b&gt;&lt;/font&gt;" vertex="1">
          <mxGeometry height="40" width="80" as="geometry">
            <mxRectangle height="40" width="80" as="alternateBounds" />
          </mxGeometry>
        </mxCell>
        <mxCell id="M_fBX4zBRpyhF5hZAxOK-35" parent="M_fBX4zBRpyhF5hZAxOK-33" style="shape=partialRectangle;html=1;whiteSpace=wrap;connectable=0;strokeColor=inherit;overflow=hidden;fillColor=none;top=0;left=0;bottom=0;right=0;pointerEvents=1;fontSize=16;align=left;" value="&lt;span style=&quot;caret-color: rgb(34, 38, 53); color: rgb(34, 38, 53);&quot;&gt;&lt;font style=&quot;font-size: 12px;&quot; face=&quot;Helvetica&quot;&gt;Gaining unauthorized system access, escalating user privileges beyond intended limits&lt;/font&gt;&lt;/span&gt;" vertex="1">
          <mxGeometry height="40" width="270" x="80" as="geometry">
            <mxRectangle height="40" width="270" as="alternateBounds" />
          </mxGeometry>
        </mxCell>
        <mxCell id="M_fBX4zBRpyhF5hZAxOK-7" edge="1" parent="1" style="endArrow=none;html=1;rounded=0;" value="Data&lt;div&gt;Flow&lt;/div&gt;">
          <mxGeometry height="50" relative="1" width="50" as="geometry">
            <mxPoint x="51" y="500" as="sourcePoint" />
            <mxPoint x="131" y="500" as="targetPoint" />
          </mxGeometry>
        </mxCell>
        <mxCell id="M_fBX4zBRpyhF5hZAxOK-8" edge="1" parent="1" style="endArrow=none;dashed=1;html=1;rounded=0;" value="Trust&lt;div&gt;Boundary&lt;/div&gt;">
          <mxGeometry height="50" relative="1" width="50" x="-0.025" as="geometry">
            <mxPoint as="offset" />
            <mxPoint x="51" y="610" as="sourcePoint" />
            <mxPoint x="131" y="610" as="targetPoint" />
          </mxGeometry>
        </mxCell>
        <mxCell id="M_fBX4zBRpyhF5hZAxOK-10" parent="1" style="rounded=0;whiteSpace=wrap;html=1;fillColor=none;dashed=1;" value="Trust Boundary" vertex="1">
          <mxGeometry height="40" width="80" x="51" y="670" as="geometry" />
        </mxCell>
        <mxCell id="EMhIjtj1n61WMu614l9y-4" connectable="0" parent="1" style="group" value="" vertex="1">
          <mxGeometry height="40" width="80" x="51" y="350" as="geometry" />
        </mxCell>
        <mxCell id="M_fBX4zBRpyhF5hZAxOK-3" parent="EMhIjtj1n61WMu614l9y-4" style="rounded=0;whiteSpace=wrap;html=1;strokeColor=none;" value="Store" vertex="1">
          <mxGeometry height="40" width="80" as="geometry" />
        </mxCell>
        <mxCell id="M_fBX4zBRpyhF5hZAxOK-4" edge="1" parent="EMhIjtj1n61WMu614l9y-4" source="M_fBX4zBRpyhF5hZAxOK-3" style="endArrow=none;html=1;rounded=0;exitX=0;exitY=0;exitDx=0;exitDy=0;entryX=1;entryY=0;entryDx=0;entryDy=0;" target="M_fBX4zBRpyhF5hZAxOK-3" value="">
          <mxGeometry height="50" relative="1" width="50" as="geometry">
            <mxPoint x="200" y="106.66666666666663" as="sourcePoint" />
            <mxPoint x="53.33333333333333" as="targetPoint" />
          </mxGeometry>
        </mxCell>
        <mxCell id="M_fBX4zBRpyhF5hZAxOK-5" edge="1" parent="EMhIjtj1n61WMu614l9y-4" style="endArrow=none;html=1;rounded=0;exitX=0;exitY=0;exitDx=0;exitDy=0;entryX=1;entryY=0;entryDx=0;entryDy=0;" value="">
          <mxGeometry height="50" relative="1" width="50" as="geometry">
            <mxPoint y="40" as="sourcePoint" />
            <mxPoint x="80" y="40" as="targetPoint" />
          </mxGeometry>
        </mxCell>
      </root>
    </mxGraphModel>
  </diagram>
</mxfile>
